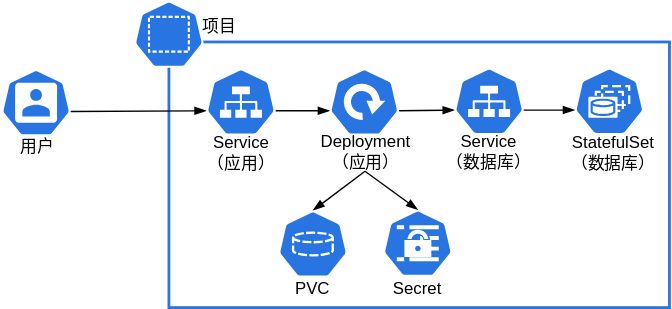
t9k/user-manuals keeps this draw.io diagram as src/assets/integrations/label-studio/microservice.drawio.svg. Above is the earlier version. Source tidied: cells renumbered, new cells last; positions are measured from the earlier drawing's top-left corner, leaving out a move shared by most shapes.
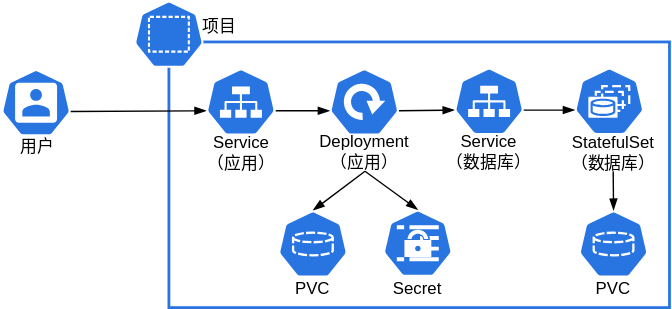
The same diagram one commit later.

Change to the diagram source:
```diff
@@ -89,5 +89,17 @@
     <mxCell id="30" style="edgeStyle=none;html=1;exitX=0.5;exitY=1;exitDx=0;exitDy=0;fontColor=#2A74E2;startArrow=none;startFill=0;endArrow=blockThin;endFill=1;startSize=6;endSize=6;entryX=0.5;entryY=0;entryDx=0;entryDy=0;entryPerimeter=0;" parent="1" edge="1" source="16" target="21">
       <mxGeometry relative="1" as="geometry" />
     </mxCell>
+    <mxCell id="31" style="group;" parent="1" vertex="1">
+      <mxGeometry x="413" y="150" width="50" height="66" as="geometry" />
+    </mxCell>
+    <mxCell id="32" style="sketch=0;html=1;dashed=0;whitespace=wrap;fillColor=#2875E2;strokeColor=#ffffff;points=[[0.005,0.63,0],[0.1,0.2,0],[0.9,0.2,0],[0.5,0,0],[0.995,0.63,0],[0.72,0.99,0],[0.5,1,0],[0.28,0.99,0]];verticalLabelPosition=bottom;align=center;verticalAlign=top;shape=mxgraph.kubernetes.icon;prIcon=pvc;" parent="31" vertex="1">
+      <mxGeometry width="50" height="48" as="geometry" />
+    </mxCell>
+    <mxCell id="33" value="PVC" style="text;html=1;align=center;verticalAlign=middle;whiteSpace=wrap;rounded=0;strokeColor=none;glass=0;shadow=0;dashed=1;fillColor=none;" parent="31" vertex="1">
+      <mxGeometry x="2" y="46" width="45.5" height="20" as="geometry" />
+    </mxCell>
+    <mxCell id="34" style="edgeStyle=none;html=1;exitX=0.5;exitY=1;exitDx=0;exitDy=0;fontColor=#2A74E2;startArrow=none;startFill=0;endArrow=blockThin;endFill=1;startSize=6;endSize=6;entryX=0.5;entryY=0;entryDx=0;entryDy=0;entryPerimeter=0;" parent="1" edge="1" source="25" target="32">
+      <mxGeometry relative="1" as="geometry" />
+    </mxCell>
   </root>
 </mxGraphModel>
```
